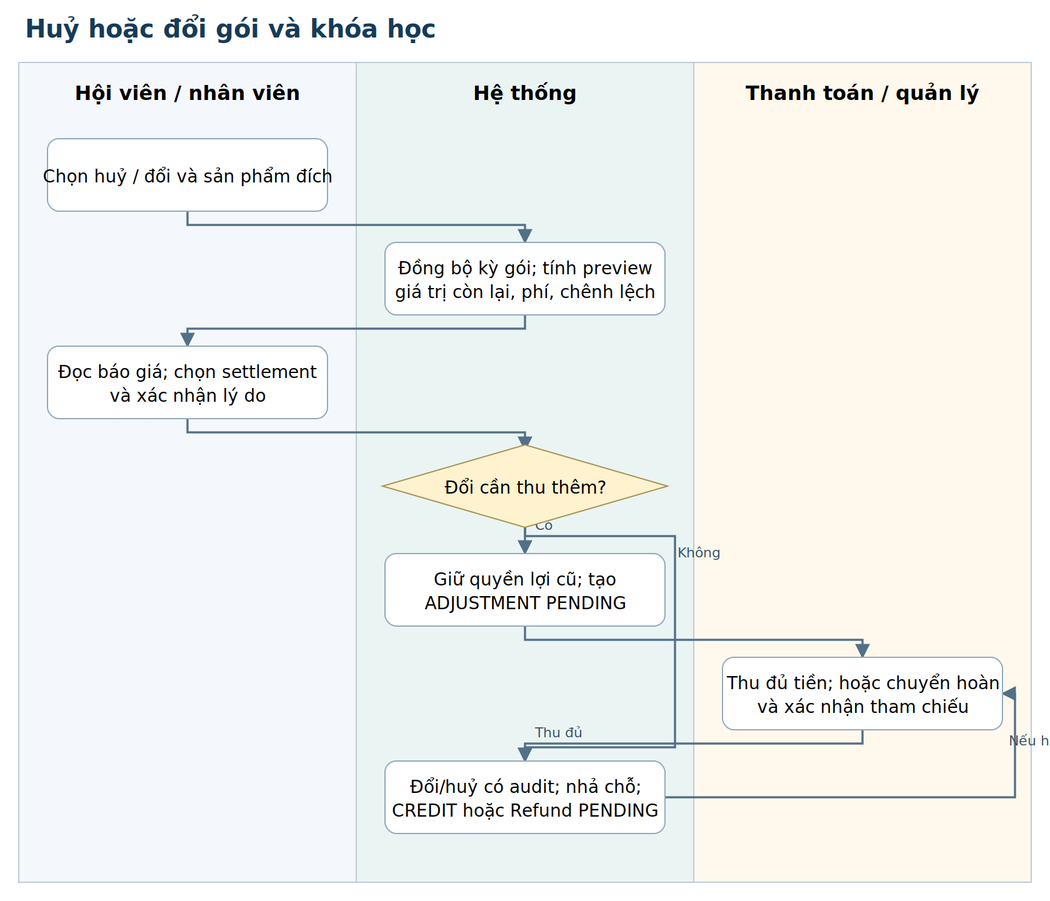
Before: outputs/bao-cao-cuoi-ky/so-do/flow-07-change.png, a diagram exported from Graphviz (NhomHello/Sports-Center-Management-System). Its source is kept beside it as outputs/bao-cao-cuoi-ky/so-do/flow-07-change.dot. Its diagram source:
```dot
digraph G {
graph [rankdir=TB, bgcolor="white", pad="0.25", nodesep="0.25", ranksep="0.5", fontname="DejaVu Sans", fontsize=15];
node [shape=box, style="rounded,filled", fillcolor="#eef5fb", color="#a4bdce", fontname="DejaVu Sans", fontsize=11, margin="0.14,0.1"];
edge [fontname="DejaVu Sans", fontsize=9, color="#527087", arrowsize=0.7];
label="Huỷ hoặc đổi gói và khóa học"; labelloc=t;
subgraph cluster_0 { label="Hội viên / nhân viên"; color="#cbdbe7"; style="rounded,filled"; fillcolor="#f4f8fc";
a [label="Chọn huỷ / đổi và sản phẩm đích", shape=box];
c [label="Đọc báo giá; chọn settlement\nvà xác nhận lý do", shape=box];
}
subgraph cluster_1 { label="Hệ thống"; color="#cbdbe7"; style="rounded,filled"; fillcolor="#eaf4f3";
b [label="Đồng bộ kỳ gói; tính preview\ngiá trị còn lại, phí, chênh lệch", shape=box];
d [label="Đổi cần thu thêm?", shape=diamond];
e [label="Giữ quyền lợi cũ; tạo\nADJUSTMENT PENDING", shape=box];
g [label="Đổi/huỷ có audit; nhả chỗ;\nCREDIT hoặc Refund PENDING", shape=box];
}
subgraph cluster_2 { label="Thanh toán / quản lý"; color="#cbdbe7"; style="rounded,filled"; fillcolor="#fff8ec";
f [label="Thu đủ tiền; hoặc chuyển hoàn\nvà xác nhận tham chiếu", shape=box];
}
a -> b [label=""];
b -> c [label=""];
c -> d [label=""];
d -> e [label="Có"];
e -> f [label=""];
f -> g [label="Thu đủ"];
d -> g [label="Không"];
g -> f [label="Nếu hoàn tiền ngoài"];
}
```
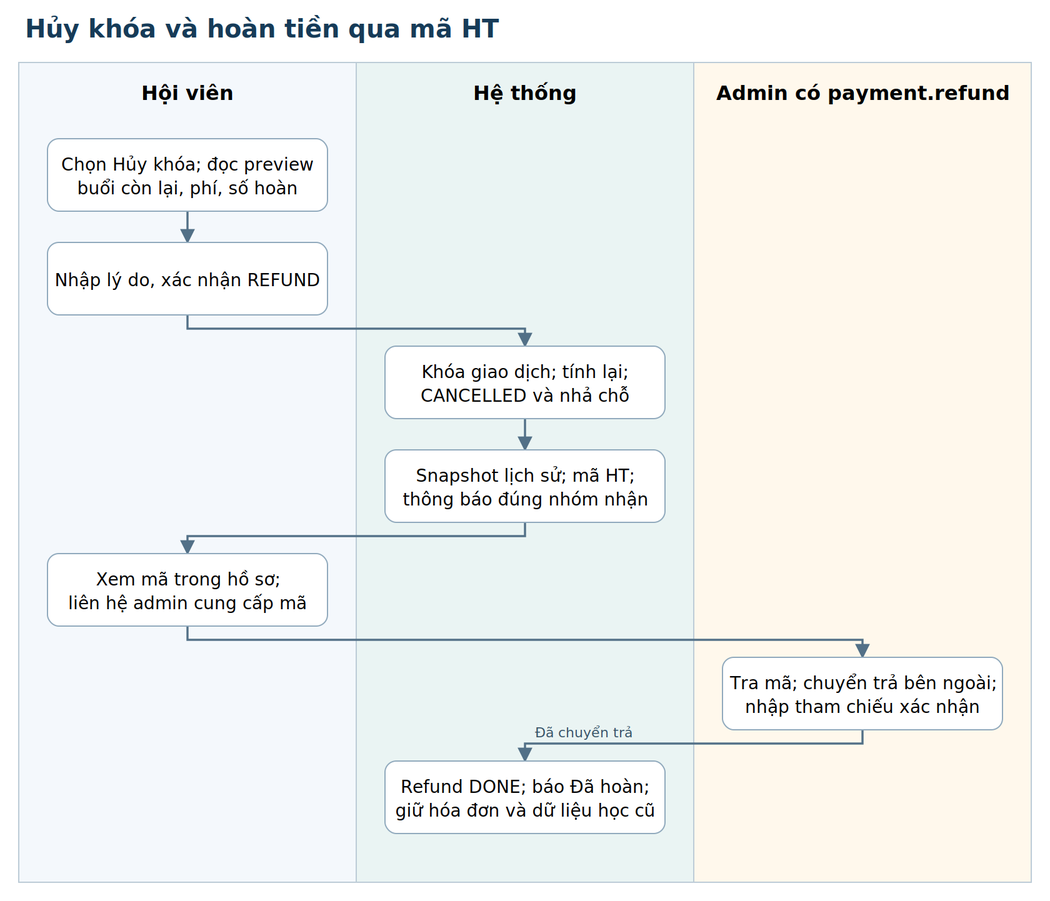
Later version of the same file.

What changed in the source:
```diff
@@ -2,26 +2,24 @@
 graph [rankdir=TB, bgcolor="white", pad="0.25", nodesep="0.25", ranksep="0.5", fontname="DejaVu Sans", fontsize=15];
 node [shape=box, style="rounded,filled", fillcolor="#eef5fb", color="#a4bdce", fontname="DejaVu Sans", fontsize=11, margin="0.14,0.1"];
 edge [fontname="DejaVu Sans", fontsize=9, color="#527087", arrowsize=0.7];
-label="Huỷ hoặc đổi gói và khóa học"; labelloc=t;
-subgraph cluster_0 { label="Hội viên / nhân viên"; color="#cbdbe7"; style="rounded,filled"; fillcolor="#f4f8fc";
-a [label="Chọn huỷ / đổi và sản phẩm đích", shape=box];
-c [label="Đọc báo giá; chọn settlement\nvà xác nhận lý do", shape=box];
+label="Hủy khóa và hoàn tiền qua mã HT"; labelloc=t;
+subgraph cluster_0 { label="Hội viên"; color="#cbdbe7"; style="rounded,filled"; fillcolor="#f4f8fc";
+a [label="Chọn Hủy khóa; đọc preview\nbuổi còn lại, phí, số hoàn", shape=box];
+b [label="Nhập lý do, xác nhận REFUND", shape=box];
+e [label="Xem mã trong hồ sơ;\nliên hệ admin cung cấp mã", shape=box];
 }
 subgraph cluster_1 { label="Hệ thống"; color="#cbdbe7"; style="rounded,filled"; fillcolor="#eaf4f3";
-b [label="Đồng bộ kỳ gói; tính preview\ngiá trị còn lại, phí, chênh lệch", shape=box];
-d [label="Đổi cần thu thêm?", shape=diamond];
-e [label="Giữ quyền lợi cũ; tạo\nADJUSTMENT PENDING", shape=box];
-g [label="Đổi/huỷ có audit; nhả chỗ;\nCREDIT hoặc Refund PENDING", shape=box];
+c [label="Khóa giao dịch; tính lại;\nCANCELLED và nhả chỗ", shape=box];
+d [label="Snapshot lịch sử; mã HT;\nthông báo đúng nhóm nhận", shape=box];
+g [label="Refund DONE; báo Đã hoàn;\ngiữ hóa đơn và dữ liệu học cũ", shape=box];
 }
-subgraph cluster_2 { label="Thanh toán / quản lý"; color="#cbdbe7"; style="rounded,filled"; fillcolor="#fff8ec";
-f [label="Thu đủ tiền; hoặc chuyển hoàn\nvà xác nhận tham chiếu", shape=box];
+subgraph cluster_2 { label="Admin có payment.refund"; color="#cbdbe7"; style="rounded,filled"; fillcolor="#fff8ec";
+f [label="Tra mã; chuyển trả bên ngoài;\nnhập tham chiếu xác nhận", shape=box];
 }
 a -> b [label=""];
 b -> c [label=""];
 c -> d [label=""];
-d -> e [label="Có"];
+d -> e [label=""];
 e -> f [label=""];
-f -> g [label="Thu đủ"];
-d -> g [label="Không"];
-g -> f [label="Nếu hoàn tiền ngoài"];
+f -> g [label="Đã chuyển trả"];
 }
```
